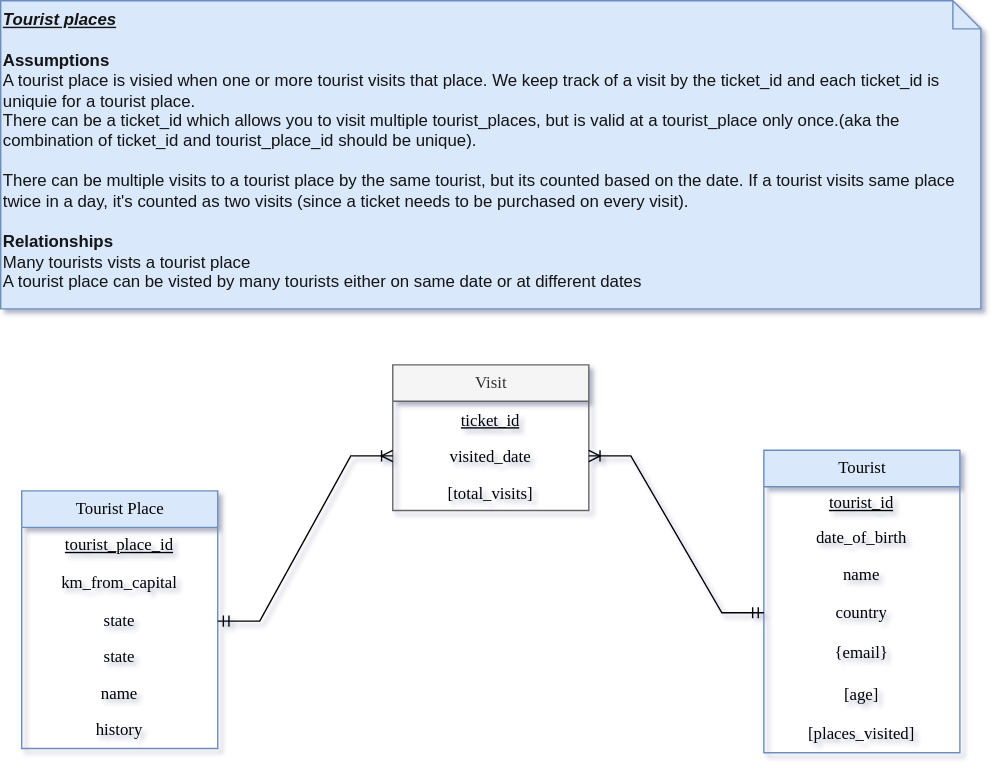
Before: Tourism.drawio.svg, a diagram exported from draw.io (supriya-kotturu/entity-relationship-diagrams). Source tidied: cells renumbered, new cells last; positions are measured from the earlier drawing's top-left corner, leaving out a move shared by most shapes.
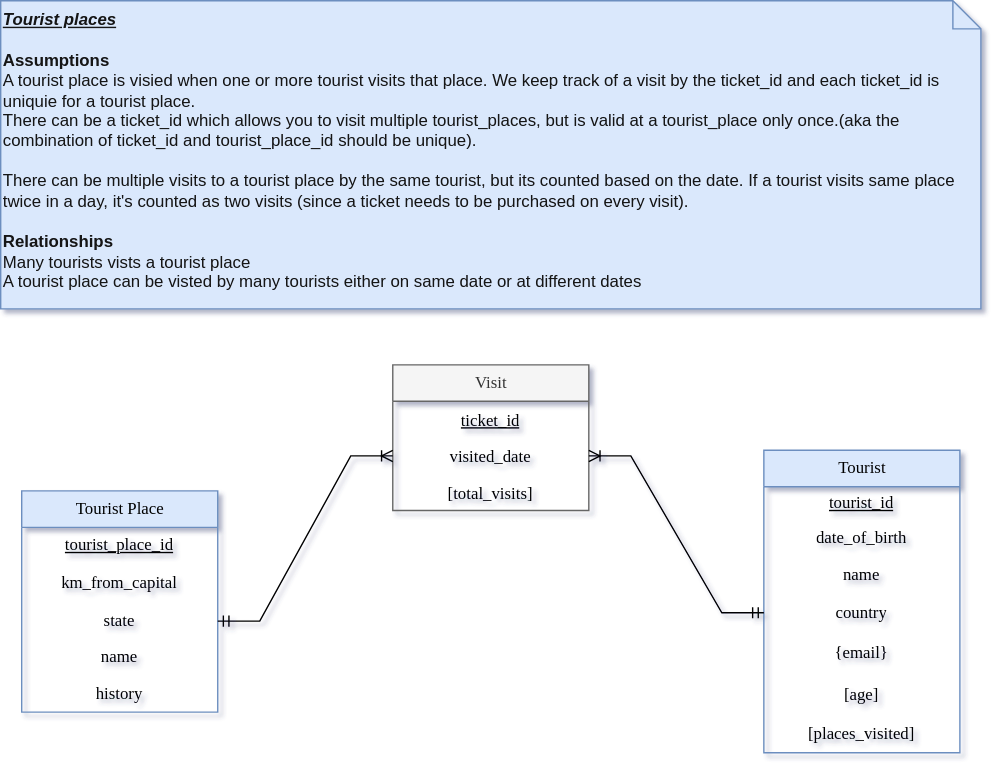
After the change.

What changed in the source:
```diff
@@ -6,7 +6,7 @@
       <mxGeometry width="700" height="220" as="geometry" />
     </mxCell>
     <mxCell id="3" value="Tourist Place" style="swimlane;fontStyle=0;horizontal=1;startSize=26;fillColor=#dae8fc;html=1;labelBackgroundColor=none;fontFamily=Verdana;strokeColor=#6c8ebf;fontColor=#000000;" parent="1" vertex="1">
-      <mxGeometry x="15" y="350" width="140" height="184" as="geometry" />
+      <mxGeometry x="15" y="350" width="140" height="158" as="geometry" />
     </mxCell>
     <mxCell id="4" value="&lt;u&gt;tourist_place_id&lt;/u&gt;" style="text;strokeColor=none;fillColor=none;align=center;verticalAlign=middle;spacingLeft=4;spacingRight=4;overflow=hidden;whiteSpace=wrap;html=1;labelBackgroundColor=none;fontFamily=Verdana;fontColor=#000000;" parent="3" vertex="1">
       <mxGeometry y="26" width="140" height="26" as="geometry" />
@@ -17,14 +17,11 @@
     <mxCell id="6" value="state" style="text;strokeColor=none;fillColor=none;align=center;verticalAlign=middle;spacingLeft=4;spacingRight=4;overflow=hidden;points=[[0,0.5],[1,0.5]];portConstraint=eastwest;whiteSpace=wrap;html=1;labelBackgroundColor=none;fontFamily=Verdana;fontColor=#000000;" parent="3" vertex="1">
       <mxGeometry y="80" width="140" height="26" as="geometry" />
     </mxCell>
-    <mxCell id="7" value="state" style="text;strokeColor=none;fillColor=none;align=center;verticalAlign=middle;spacingLeft=4;spacingRight=4;overflow=hidden;whiteSpace=wrap;html=1;labelBackgroundColor=none;fontFamily=Verdana;fontColor=#000000;" parent="3" vertex="1">
-      <mxGeometry y="106" width="140" height="26" as="geometry" />
-    </mxCell>
     <mxCell id="8" value="name" style="text;strokeColor=none;fillColor=none;align=center;verticalAlign=middle;spacingLeft=4;spacingRight=4;overflow=hidden;whiteSpace=wrap;html=1;labelBackgroundColor=none;fontFamily=Verdana;fontColor=#000000;" parent="3" vertex="1">
-      <mxGeometry y="132" width="140" height="26" as="geometry" />
+      <mxGeometry y="106" width="140" height="26" as="geometry" />
     </mxCell>
     <mxCell id="9" value="history" style="text;strokeColor=none;fillColor=none;align=center;verticalAlign=middle;spacingLeft=4;spacingRight=4;overflow=hidden;whiteSpace=wrap;html=1;labelBackgroundColor=none;fontFamily=Verdana;fontColor=#000000;" parent="3" vertex="1">
-      <mxGeometry y="158" width="140" height="26" as="geometry" />
+      <mxGeometry y="132" width="140" height="26" as="geometry" />
     </mxCell>
     <mxCell id="10" value="Tourist" style="swimlane;fontStyle=0;horizontal=1;startSize=26;fillColor=#dae8fc;html=1;labelBackgroundColor=none;fontFamily=Verdana;strokeColor=#6c8ebf;fontColor=#000000;align=center;verticalAlign=middle;" parent="1" vertex="1">
       <mxGeometry x="545" y="321" width="140" height="216" as="geometry" />
```
